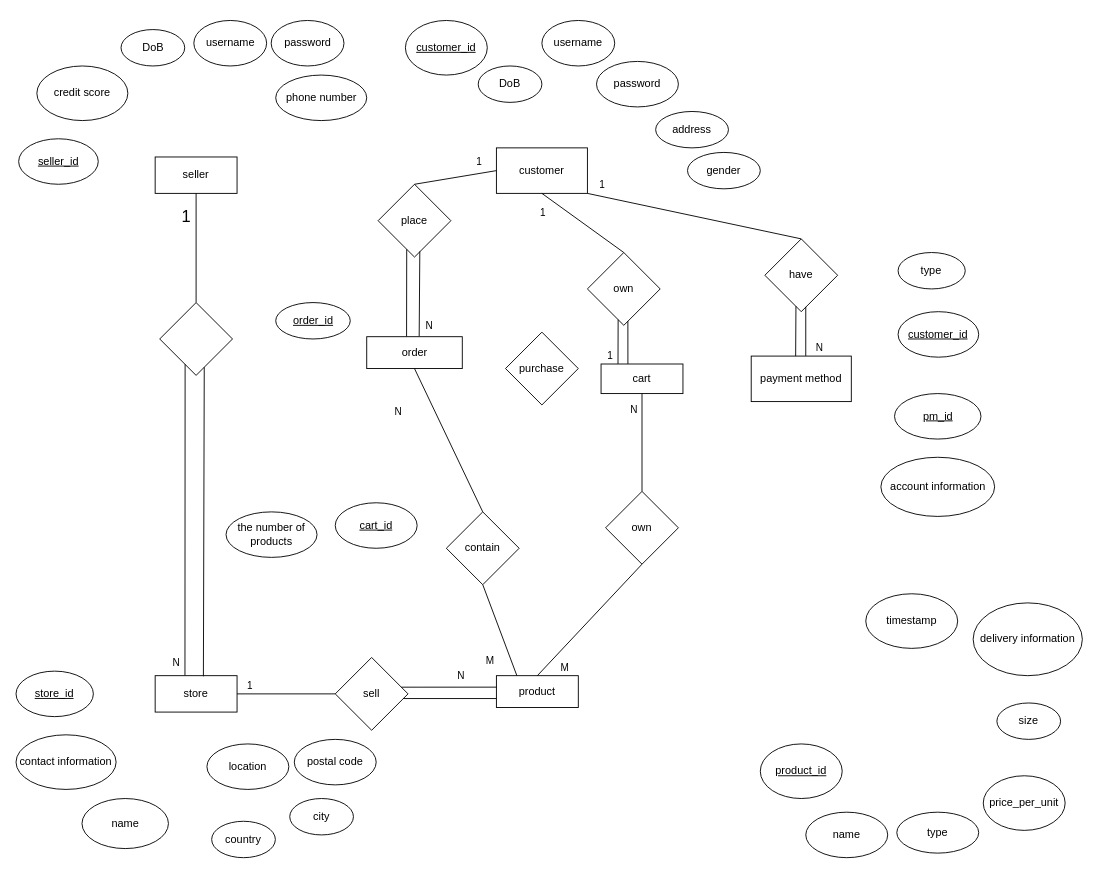
Before: 9311-assignment-1.drawio in zhangnailiang/ER, a draw.io diagram. Source tidied: cells renumbered, new cells numbered last; positions are measured from the earlier drawing's top-left corner, leaving out a move shared by most shapes. Both pictures are drawn from the tidied source at 91%, with x=0, y=0 at pixel (15, 20).
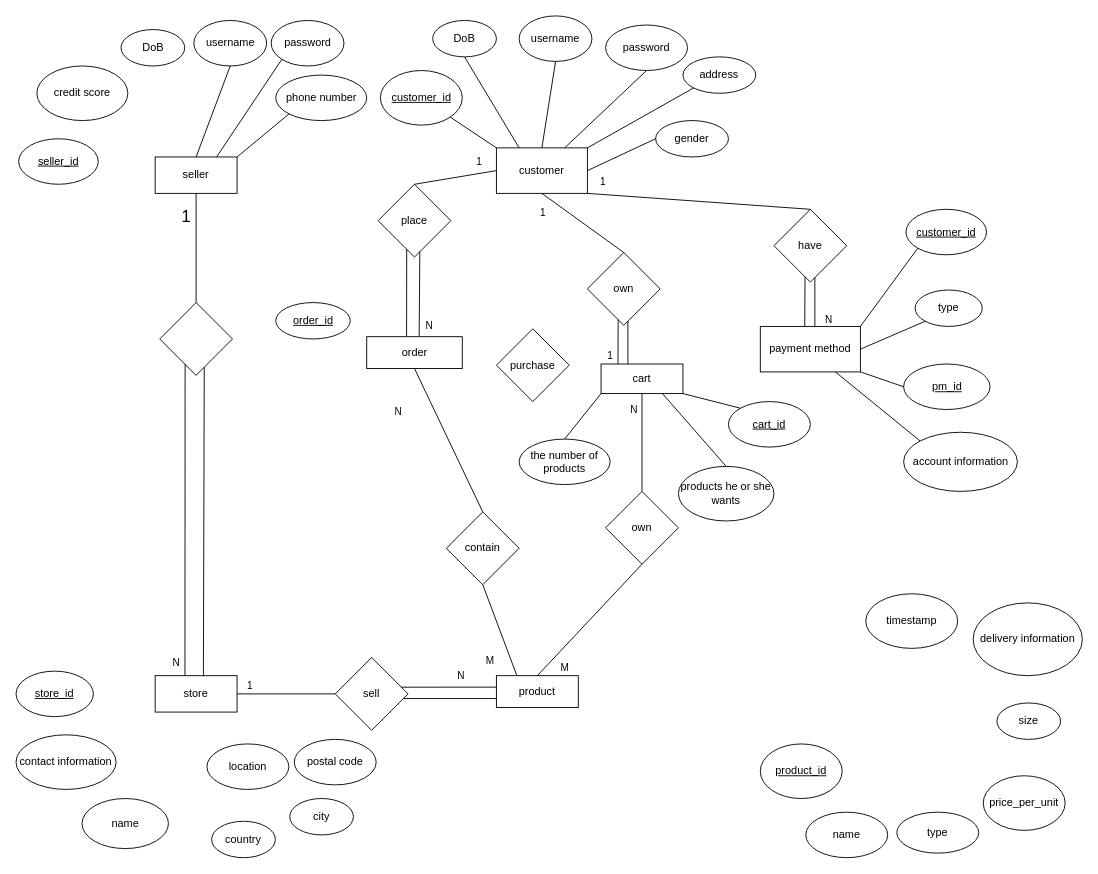
The same diagram, later.

The change refers to these unchanged cells:
```xml
<mxCell id="2" value="seller" style="rounded=0;whiteSpace=wrap;html=1;" parent="1" vertex="1">
  <mxGeometry x="153" y="150" width="90" height="40" as="geometry" />
</mxCell>
<mxCell id="3" value="username" style="ellipse;whiteSpace=wrap;html=1;" parent="1" vertex="1">
  <mxGeometry x="195.5" width="80" height="50" as="geometry" />
</mxCell>
<mxCell id="4" value="password" style="ellipse;whiteSpace=wrap;html=1;" parent="1" vertex="1">
  <mxGeometry x="280.5" width="80" height="50" as="geometry" />
</mxCell>
<mxCell id="6" value="phone number" style="ellipse;whiteSpace=wrap;html=1;" parent="1" vertex="1">
  <mxGeometry x="285.5" y="60" width="100" height="50" as="geometry" />
</mxCell>
<mxCell id="17" value="customer" style="rounded=0;whiteSpace=wrap;html=1;" parent="1" vertex="1">
  <mxGeometry x="528" y="140" width="100" height="50" as="geometry" />
</mxCell>
<mxCell id="58" value="cart" style="rounded=0;whiteSpace=wrap;html=1;" parent="1" vertex="1">
  <mxGeometry x="643" y="377.5" width="90" height="32.5" as="geometry" />
</mxCell>
```

The edit, as a diff of the source:
```diff
@@
     <mxCell id="18" value="&lt;u&gt;customer_id&lt;/u&gt;" style="ellipse;whiteSpace=wrap;html=1;" parent="1" vertex="1">
-      <mxGeometry x="428" width="90" height="60" as="geometry" />
+      <mxGeometry x="400.5" y="55" width="90" height="60" as="geometry" />
     </mxCell>
     <mxCell id="19" value="username" style="ellipse;whiteSpace=wrap;html=1;" parent="1" vertex="1">
-      <mxGeometry x="578" width="80" height="50" as="geometry" />
+      <mxGeometry x="553" y="-5" width="80" height="50" as="geometry" />
     </mxCell>
     <mxCell id="20" value="password" style="ellipse;whiteSpace=wrap;html=1;" parent="1" vertex="1">
-      <mxGeometry x="638" y="45" width="90" height="50" as="geometry" />
+      <mxGeometry x="648" y="5" width="90" height="50" as="geometry" />
     </mxCell>
     <mxCell id="21" value="DoB" style="ellipse;whiteSpace=wrap;html=1;" parent="1" vertex="1">
-      <mxGeometry x="508" y="50" width="70" height="40" as="geometry" />
+      <mxGeometry x="458" width="70" height="40" as="geometry" />
     </mxCell>
     <mxCell id="22" value="gender" style="ellipse;whiteSpace=wrap;html=1;" parent="1" vertex="1">
-      <mxGeometry x="738" y="145" width="80" height="40" as="geometry" />
+      <mxGeometry x="703" y="110" width="80" height="40" as="geometry" />
     </mxCell>
     <mxCell id="23" value="address" style="ellipse;whiteSpace=wrap;html=1;" parent="1" vertex="1">
-      <mxGeometry x="703" y="100" width="80" height="40" as="geometry" />
+      <mxGeometry x="733" y="40" width="80" height="40" as="geometry" />
     </mxCell>
@@
     <mxCell id="31" value="&lt;u&gt;cart_id&lt;/u&gt;" style="ellipse;whiteSpace=wrap;html=1;" parent="1" vertex="1">
-      <mxGeometry x="350.9" y="530" width="90" height="50" as="geometry" />
+      <mxGeometry x="783" y="418.8" width="90" height="50" as="geometry" />
     </mxCell>
     <mxCell id="32" value="the number of products" style="ellipse;whiteSpace=wrap;html=1;" parent="1" vertex="1">
-      <mxGeometry x="230.9" y="540" width="100" height="50" as="geometry" />
+      <mxGeometry x="553" y="460" width="100" height="50" as="geometry" />
     </mxCell>
@@
     <mxCell id="42" value="purchase" style="rhombus;whiteSpace=wrap;html=1;" parent="1" vertex="1">
-      <mxGeometry x="538" y="342.5" width="80" height="80" as="geometry" />
+      <mxGeometry x="528" y="338.8" width="80" height="80" as="geometry" />
     </mxCell>
@@
     <mxCell id="57" value="payment method" style="rounded=0;whiteSpace=wrap;html=1;" parent="1" vertex="1">
-      <mxGeometry x="808" y="368.8" width="110" height="50" as="geometry" />
+      <mxGeometry x="818" y="336.2" width="110" height="50" as="geometry" />
     </mxCell>
@@
     <mxCell id="62" value="&lt;u&gt;customer_id&lt;/u&gt;" style="ellipse;whiteSpace=wrap;html=1;" parent="1" vertex="1">
-      <mxGeometry x="969.4" y="320" width="88.6" height="50" as="geometry" />
+      <mxGeometry x="978" y="207.5" width="88.6" height="50" as="geometry" />
     </mxCell>
     <mxCell id="63" value="&lt;u&gt;pm_id&lt;/u&gt;" style="ellipse;whiteSpace=wrap;html=1;" parent="1" vertex="1">
-      <mxGeometry x="965.5" y="410" width="95" height="50" as="geometry" />
+      <mxGeometry x="975.5" y="377.5" width="95" height="50" as="geometry" />
     </mxCell>
     <mxCell id="64" value="type" style="ellipse;whiteSpace=wrap;html=1;" parent="1" vertex="1">
-      <mxGeometry x="969.4" y="255" width="73.8" height="40" as="geometry" />
+      <mxGeometry x="988.1" y="296.2" width="73.8" height="40" as="geometry" />
     </mxCell>
     <mxCell id="65" value="account information" style="ellipse;whiteSpace=wrap;html=1;" parent="1" vertex="1">
-      <mxGeometry x="950.5" y="480" width="125" height="65" as="geometry" />
+      <mxGeometry x="975.5" y="452.5" width="125" height="65" as="geometry" />
     </mxCell>
@@
     <mxCell id="77" value="have" style="rhombus;whiteSpace=wrap;html=1;" parent="1" vertex="1">
-      <mxGeometry x="823" y="240" width="80" height="80" as="geometry" />
+      <mxGeometry x="833" y="207.5" width="80" height="80" as="geometry" />
     </mxCell>
@@
+    <mxCell id="83" style="endArrow=none;html=1;rounded=0;entryX=0;entryY=1;entryDx=0;entryDy=0;exitX=1;exitY=0;exitDx=0;exitDy=0;" parent="1" edge="1" source="57" target="62">
+      <mxGeometry relative="1" as="geometry" />
+    </mxCell>
+    <mxCell id="84" style="endArrow=none;html=1;rounded=0;entryX=0;entryY=1;entryDx=0;entryDy=0;exitX=1;exitY=0.5;exitDx=0;exitDy=0;" parent="1" edge="1" source="57" target="64">
+      <mxGeometry relative="1" as="geometry" />
+    </mxCell>
+    <mxCell id="85" style="endArrow=none;html=1;rounded=0;entryX=0;entryY=0.5;entryDx=0;entryDy=0;exitX=1;exitY=1;exitDx=0;exitDy=0;" parent="1" edge="1" source="57" target="63">
+      <mxGeometry relative="1" as="geometry" />
+    </mxCell>
+    <mxCell id="86" style="endArrow=none;html=1;rounded=0;entryX=0;entryY=0;entryDx=0;entryDy=0;exitX=0.75;exitY=1;exitDx=0;exitDy=0;" parent="1" edge="1" source="57" target="65">
+      <mxGeometry relative="1" as="geometry" />
+    </mxCell>
+    <mxCell id="87" value="products he or she wants" style="ellipse;whiteSpace=wrap;html=1;" parent="1" vertex="1">
+      <mxGeometry x="728" y="490" width="105" height="60" as="geometry" />
+    </mxCell>
+    <mxCell id="88" style="endArrow=none;html=1;rounded=0;entryX=0;entryY=1;entryDx=0;entryDy=0;exitX=0.5;exitY=0;exitDx=0;exitDy=0;" parent="1" edge="1" source="32" target="58">
+      <mxGeometry relative="1" as="geometry" />
+    </mxCell>
+    <mxCell id="89" style="endArrow=none;html=1;rounded=0;entryX=1;entryY=1;entryDx=0;entryDy=0;exitX=0;exitY=0;exitDx=0;exitDy=0;" parent="1" edge="1" source="31" target="58">
+      <mxGeometry relative="1" as="geometry" />
+    </mxCell>
+    <mxCell id="90" style="endArrow=none;html=1;rounded=0;entryX=0.75;entryY=1;entryDx=0;entryDy=0;exitX=0.5;exitY=0;exitDx=0;exitDy=0;" parent="1" edge="1" source="87" target="58">
+      <mxGeometry relative="1" as="geometry" />
+    </mxCell>
+    <mxCell id="91" style="endArrow=none;html=1;rounded=0;entryX=0;entryY=0.5;entryDx=0;entryDy=0;exitX=1;exitY=0.5;exitDx=0;exitDy=0;" parent="1" edge="1" source="17" target="22">
+      <mxGeometry relative="1" as="geometry" />
+    </mxCell>
+    <mxCell id="92" style="endArrow=none;html=1;rounded=0;entryX=0;entryY=1;entryDx=0;entryDy=0;exitX=1;exitY=0;exitDx=0;exitDy=0;" parent="1" edge="1" source="17" target="23">
+      <mxGeometry relative="1" as="geometry" />
+    </mxCell>
+    <mxCell id="93" style="endArrow=none;html=1;rounded=0;entryX=0.5;entryY=1;entryDx=0;entryDy=0;exitX=0.75;exitY=0;exitDx=0;exitDy=0;" parent="1" edge="1" source="17" target="20">
+      <mxGeometry relative="1" as="geometry" />
+    </mxCell>
+    <mxCell id="94" style="endArrow=none;html=1;rounded=0;entryX=0.5;entryY=1;entryDx=0;entryDy=0;exitX=0.5;exitY=0;exitDx=0;exitDy=0;" parent="1" edge="1" source="17" target="19">
+      <mxGeometry relative="1" as="geometry" />
+    </mxCell>
+    <mxCell id="95" style="endArrow=none;html=1;rounded=0;entryX=0.5;entryY=1;entryDx=0;entryDy=0;exitX=0.25;exitY=0;exitDx=0;exitDy=0;" parent="1" edge="1" source="17" target="21">
+      <mxGeometry relative="1" as="geometry" />
+    </mxCell>
+    <mxCell id="96" style="endArrow=none;html=1;rounded=0;entryX=1;entryY=1;entryDx=0;entryDy=0;exitX=0;exitY=0;exitDx=0;exitDy=0;" parent="1" edge="1" source="17" target="18">
+      <mxGeometry relative="1" as="geometry" />
+    </mxCell>
+    <mxCell id="97" style="endArrow=none;html=1;rounded=0;entryX=0;entryY=1;entryDx=0;entryDy=0;exitX=1;exitY=0;exitDx=0;exitDy=0;" parent="1" edge="1" source="2" target="6">
+      <mxGeometry relative="1" as="geometry" />
+    </mxCell>
+    <mxCell id="98" style="endArrow=none;html=1;rounded=0;entryX=0;entryY=1;entryDx=0;entryDy=0;exitX=0.75;exitY=0;exitDx=0;exitDy=0;" parent="1" edge="1" source="2" target="4">
+      <mxGeometry relative="1" as="geometry" />
+    </mxCell>
+    <mxCell id="99" style="endArrow=none;html=1;rounded=0;entryX=0.5;entryY=1;entryDx=0;entryDy=0;exitX=0.5;exitY=0;exitDx=0;exitDy=0;" parent="1" edge="1" source="2" target="3">
+      <mxGeometry relative="1" as="geometry" />
+    </mxCell>
```
